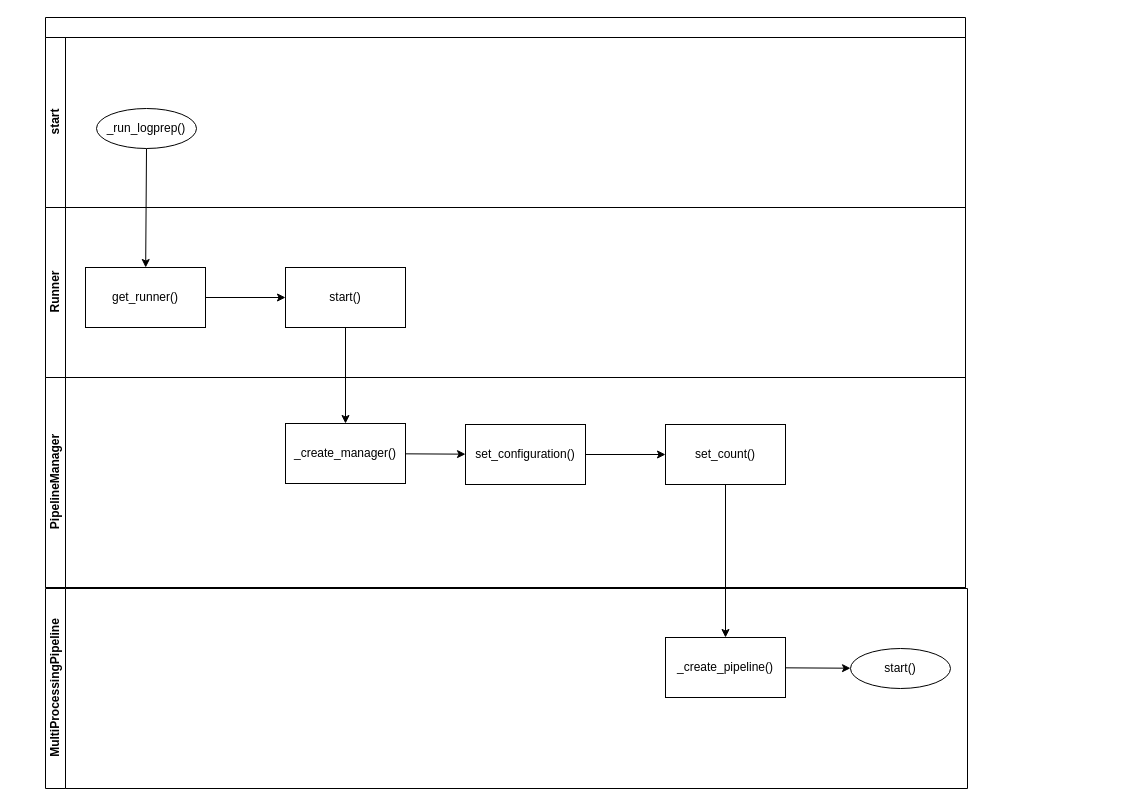
Above: page "swimlane" (2 of 2) of doc/source/development/architecture/diagramms/logprep_start.drawio in fkie-cad/Logprep (draw.io), before the change. Source tidied: cells renumbered, new cells numbered last; positions are measured from the earlier drawing's top-left corner, leaving out a move shared by most shapes. Both pictures are drawn from the tidied source at 100%, with x=0, y=0 at pixel (45, 17).
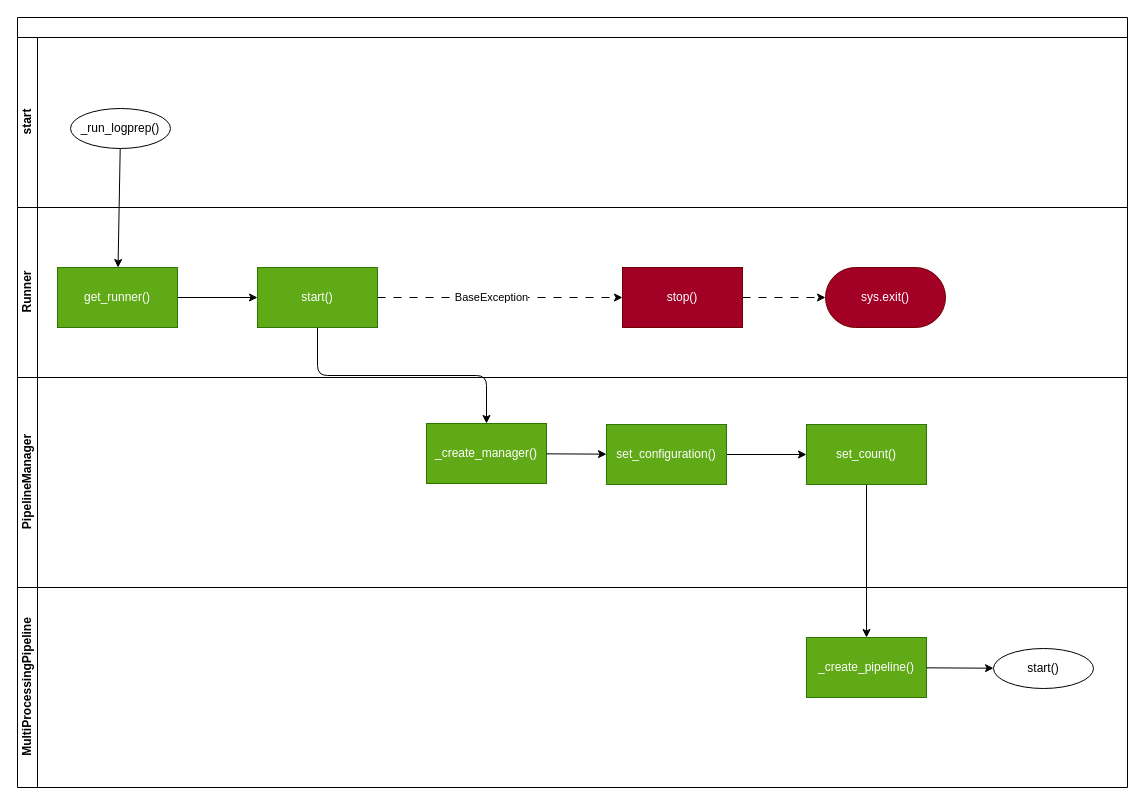
The same page after the edit.

Commit message (it also covers changes not shown here):
update diagramms overview and logprep_start

What changed in the source:
```diff
@@
     <mxCell id="2" style="swimlane;horizontal=1;startSize=20;html=1;" parent="1" vertex="1">
-      <mxGeometry width="920" height="570" as="geometry" />
+      <mxGeometry x="-28" width="1110" height="570" as="geometry" />
     </mxCell>
     <mxCell id="3" value="start" style="swimlane;startSize=20;horizontal=0;html=1;" parent="2" vertex="1">
-      <mxGeometry y="20" width="920" height="170" as="geometry" />
+      <mxGeometry y="20" width="1110" height="170" as="geometry" />
     </mxCell>
     <mxCell id="4" value="Runner" style="swimlane;startSize=20;horizontal=0;html=1;" parent="2" vertex="1">
-      <mxGeometry y="190" width="920" height="170" as="geometry" />
+      <mxGeometry y="190" width="1110" height="170" as="geometry" />
     </mxCell>
@@
-    <mxCell id="6" value="get_runner()" style="whiteSpace=wrap;html=1;" parent="4" vertex="1">
+    <mxCell id="6" value="get_runner()" style="whiteSpace=wrap;html=1;fillColor=#60a917;fontColor=#ffffff;strokeColor=#2D7600;" parent="4" vertex="1">
       <mxGeometry x="40" y="60" width="120" height="60" as="geometry" />
     </mxCell>
-    <mxCell id="7" style="edgeStyle=none;html=1;" parent="4" edge="1" source="8" target="9">
+    <mxCell id="7" style="edgeStyle=orthogonalEdgeStyle;html=1;exitX=0.5;exitY=1;exitDx=0;exitDy=0;" parent="4" edge="1" source="8" target="9">
       <mxGeometry relative="1" as="geometry" />
     </mxCell>
+    <mxCell id="22" style="edgeStyle=orthogonalEdgeStyle;html=1;dashed=1;dashPattern=8 8;" parent="4" edge="1" source="8" target="25">
+      <mxGeometry relative="1" as="geometry" />
+    </mxCell>
+    <mxCell id="23" value="BaseException" style="edgeLabel;html=1;align=center;verticalAlign=middle;" parent="22" vertex="1">
+      <mxGeometry x="-0.08" y="1" relative="1" as="geometry" />
+    </mxCell>
-    <mxCell id="8" value="start()" style="whiteSpace=wrap;html=1;" parent="4" vertex="1">
+    <mxCell id="8" value="start()" style="whiteSpace=wrap;html=1;fillColor=#60a917;fontColor=#ffffff;strokeColor=#2D7600;" parent="4" vertex="1">
       <mxGeometry x="240" y="60" width="120" height="60" as="geometry" />
     </mxCell>
-    <mxCell id="9" value="_create_manager()" style="whiteSpace=wrap;html=1;" parent="4" vertex="1">
-      <mxGeometry x="240" y="216" width="120" height="60" as="geometry" />
+    <mxCell id="9" value="_create_manager()" style="whiteSpace=wrap;html=1;fillColor=#60a917;fontColor=#ffffff;strokeColor=#2D7600;" parent="4" vertex="1">
+      <mxGeometry x="409" y="216" width="120" height="60" as="geometry" />
     </mxCell>
+    <mxCell id="24" style="edgeStyle=orthogonalEdgeStyle;html=1;dashed=1;dashPattern=8 8;" parent="4" edge="1" source="25" target="26">
+      <mxGeometry relative="1" as="geometry" />
+    </mxCell>
+    <mxCell id="25" value="stop()" style="whiteSpace=wrap;html=1;fillColor=#a20025;fontColor=#ffffff;strokeColor=#6F0000;" parent="4" vertex="1">
+      <mxGeometry x="605" y="60" width="120" height="60" as="geometry" />
+    </mxCell>
+    <mxCell id="26" value="sys.exit()" style="whiteSpace=wrap;html=1;fillColor=#a20025;fontColor=#ffffff;strokeColor=#6F0000;rounded=1;arcSize=50;" parent="4" vertex="1">
+      <mxGeometry x="808" y="60" width="120" height="60" as="geometry" />
+    </mxCell>
     <mxCell id="10" value="PipelineManager" style="swimlane;startSize=20;horizontal=0;html=1;" parent="2" vertex="1">
-      <mxGeometry y="360" width="920" height="210" as="geometry" />
+      <mxGeometry y="360" width="1110" height="210" as="geometry" />
     </mxCell>
@@
-    <mxCell id="12" value="set_configuration()" style="whiteSpace=wrap;html=1;" parent="10" vertex="1">
-      <mxGeometry x="420" y="47" width="120" height="60" as="geometry" />
+    <mxCell id="12" value="set_configuration()" style="whiteSpace=wrap;html=1;fillColor=#60a917;fontColor=#ffffff;strokeColor=#2D7600;" parent="10" vertex="1">
+      <mxGeometry x="589" y="47" width="120" height="60" as="geometry" />
     </mxCell>
@@
-    <mxCell id="14" value="set_count()" style="whiteSpace=wrap;html=1;" parent="10" vertex="1">
-      <mxGeometry x="620" y="47" width="120" height="60" as="geometry" />
+    <mxCell id="14" value="set_count()" style="whiteSpace=wrap;html=1;fillColor=#60a917;fontColor=#ffffff;strokeColor=#2D7600;" parent="10" vertex="1">
+      <mxGeometry x="789" y="47" width="120" height="60" as="geometry" />
     </mxCell>
-    <mxCell id="15" value="_create_pipeline()" style="whiteSpace=wrap;html=1;" parent="10" vertex="1">
-      <mxGeometry x="620" y="260" width="120" height="60" as="geometry" />
+    <mxCell id="15" value="_create_pipeline()" style="whiteSpace=wrap;html=1;fillColor=#60a917;fontColor=#ffffff;strokeColor=#2D7600;" parent="10" vertex="1">
+      <mxGeometry x="789" y="260" width="120" height="60" as="geometry" />
     </mxCell>
@@
     <mxCell id="17" value="MultiProcessingPipeline" style="swimlane;startSize=20;horizontal=0;html=1;" parent="1" vertex="1">
-      <mxGeometry y="571" width="922" height="200" as="geometry" />
+      <mxGeometry x="-28" y="570" width="1110" height="200" as="geometry" />
     </mxCell>
@@
     <mxCell id="19" value="_run_logprep()" style="ellipse;whiteSpace=wrap;html=1;align=center;" parent="1" vertex="1">
-      <mxGeometry x="51" y="91" width="100" height="40" as="geometry" />
+      <mxGeometry x="25" y="91" width="100" height="40" as="geometry" />
     </mxCell>
     <mxCell id="20" value="start()" style="ellipse;whiteSpace=wrap;html=1;align=center;" parent="1" vertex="1">
-      <mxGeometry x="805" y="631" width="100" height="40" as="geometry" />
+      <mxGeometry x="948" y="631" width="100" height="40" as="geometry" />
     </mxCell>
```
